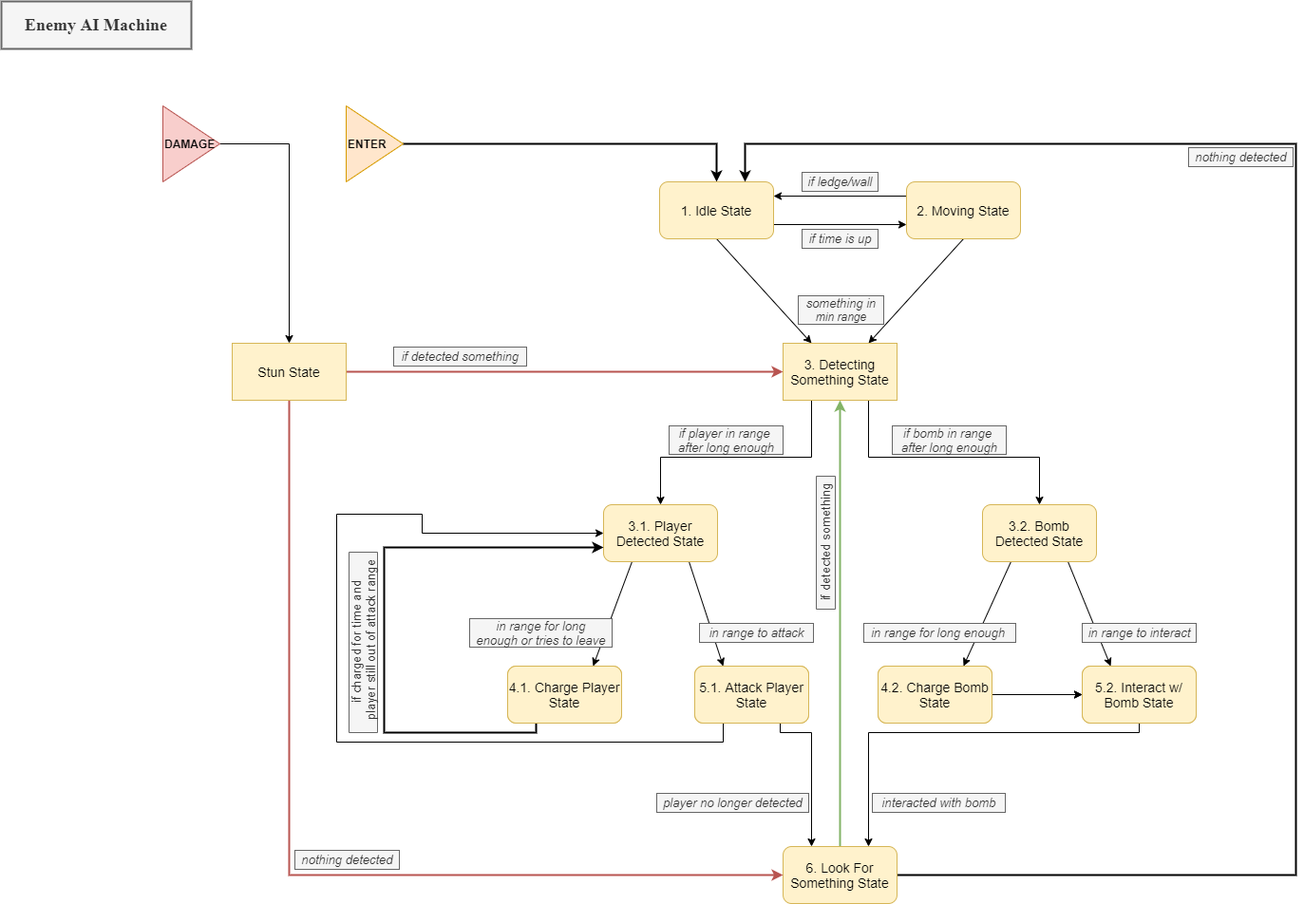
Earlier version of the draw.io export Enemy_AI_Machine.png (NinjaTheEngineer/PirateBomb). Source tidied: cells renumbered, new cells last; positions are measured from the earlier drawing's top-left corner, leaving out a move shared by most shapes.
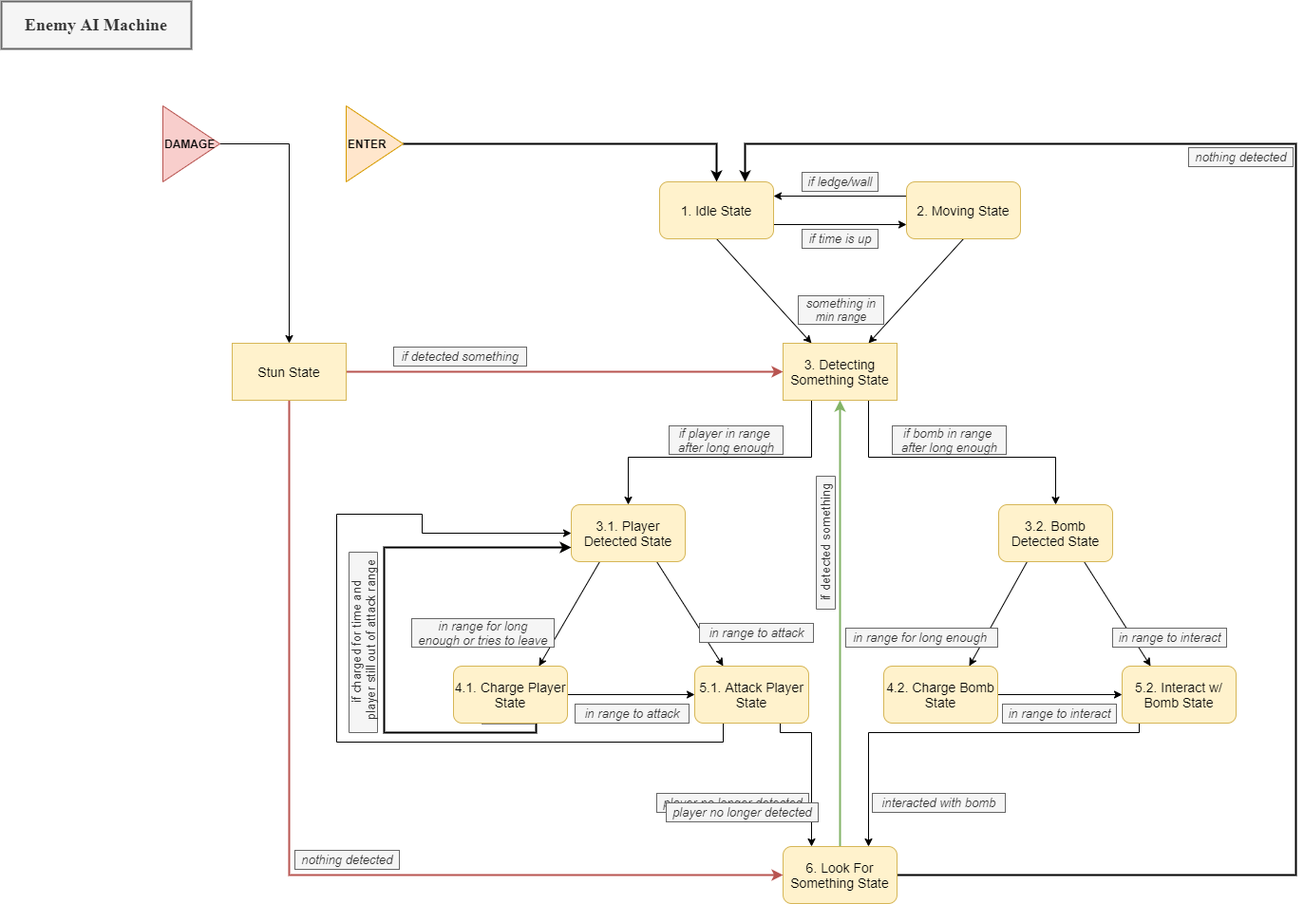
The same file after the commit.

Diff of the diagram source:
```diff
@@ -34,7 +34,7 @@
       <mxGeometry relative="1" as="geometry">
         <Array as="points">
           <mxPoint x="853" y="480" />
-          <mxPoint x="694" y="480" />
+          <mxPoint x="660" y="480" />
         </Array>
       </mxGeometry>
     </mxCell>
@@ -42,7 +42,7 @@
       <mxGeometry relative="1" as="geometry">
         <Array as="points">
           <mxPoint x="913" y="480" />
-          <mxPoint x="1093" y="480" />
+          <mxPoint x="1110" y="480" />
         </Array>
       </mxGeometry>
     </mxCell>
@@ -56,7 +56,7 @@
       <mxGeometry relative="1" as="geometry" />
     </mxCell>
     <mxCell id="15" value="&lt;font style=&quot;font-size: 14px&quot;&gt;3.1. Player Detected State&lt;/font&gt;" style="rounded=1;whiteSpace=wrap;html=1;fillColor=#fff2cc;strokeColor=#d6b656;" parent="1" vertex="1">
-      <mxGeometry x="634" y="530" width="120" height="60" as="geometry" />
+      <mxGeometry x="600" y="530" width="120" height="60" as="geometry" />
     </mxCell>
     <mxCell id="16" style="rounded=0;jumpStyle=arc;jettySize=auto;html=1;exitX=0.25;exitY=1;exitDx=0;exitDy=0;entryX=0.75;entryY=0;entryDx=0;entryDy=0;fontSize=12;strokeWidth=1;" parent="1" edge="1" source="18" target="25">
       <mxGeometry relative="1" as="geometry" />
@@ -65,7 +65,7 @@
       <mxGeometry relative="1" as="geometry" />
     </mxCell>
     <mxCell id="18" value="&lt;font style=&quot;font-size: 14px&quot;&gt;3.2. Bomb Detected State&lt;/font&gt;" style="rounded=1;whiteSpace=wrap;html=1;fillColor=#fff2cc;strokeColor=#d6b656;" parent="1" vertex="1">
-      <mxGeometry x="1033" y="530" width="120" height="60" as="geometry" />
+      <mxGeometry x="1050" y="530" width="120" height="60" as="geometry" />
     </mxCell>
     <mxCell id="19" style="edgeStyle=orthogonalEdgeStyle;rounded=0;jumpStyle=arc;jettySize=auto;html=1;exitX=0.25;exitY=1;exitDx=0;exitDy=0;entryX=0;entryY=0.75;entryDx=0;entryDy=0;fontSize=12;strokeWidth=2;" parent="1" edge="1" source="20" target="15">
       <mxGeometry relative="1" as="geometry">
@@ -76,8 +76,11 @@
         </Array>
       </mxGeometry>
     </mxCell>
+    <mxCell id="60" style="edgeStyle=orthogonalEdgeStyle;rounded=0;jettySize=auto;html=1;entryX=0;entryY=0.5;entryDx=0;entryDy=0;" parent="1" edge="1" source="20" target="23">
+      <mxGeometry relative="1" as="geometry" />
+    </mxCell>
     <mxCell id="20" value="&lt;font style=&quot;font-size: 14px&quot;&gt;4.1. Charge Player State&lt;/font&gt;" style="rounded=1;whiteSpace=wrap;html=1;fillColor=#fff2cc;strokeColor=#d6b656;" parent="1" vertex="1">
-      <mxGeometry x="533" y="700" width="120" height="60" as="geometry" />
+      <mxGeometry x="476" y="700" width="120" height="60" as="geometry" />
     </mxCell>
     <mxCell id="21" style="edgeStyle=orthogonalEdgeStyle;rounded=0;jumpStyle=arc;jettySize=auto;html=1;exitX=0.25;exitY=1;exitDx=0;exitDy=0;entryX=0;entryY=0.5;entryDx=0;entryDy=0;fontSize=12;strokeWidth=1;" parent="1" edge="1" source="23" target="15">
       <mxGeometry relative="1" as="geometry">
@@ -101,11 +104,11 @@
     <mxCell id="23" value="&lt;font style=&quot;font-size: 14px&quot;&gt;5.1. Attack Player State&lt;/font&gt;" style="rounded=1;whiteSpace=wrap;html=1;fillColor=#fff2cc;strokeColor=#d6b656;" parent="1" vertex="1">
       <mxGeometry x="730" y="700" width="120" height="60" as="geometry" />
     </mxCell>
-    <mxCell id="24" style="edgeStyle=orthogonalEdgeStyle;rounded=0;jumpStyle=arc;jettySize=auto;html=1;exitX=1;exitY=0.5;exitDx=0;exitDy=0;entryX=0;entryY=0.5;entryDx=0;entryDy=0;fontSize=12;strokeWidth=1;" parent="1" edge="1" source="25" target="27">
+    <mxCell id="24" style="edgeStyle=orthogonalEdgeStyle;rounded=0;jettySize=auto;html=1;exitX=1;exitY=0.5;exitDx=0;exitDy=0;entryX=0;entryY=0.5;entryDx=0;entryDy=0;" parent="1" edge="1" source="25" target="27">
       <mxGeometry relative="1" as="geometry" />
     </mxCell>
     <mxCell id="25" value="&lt;span style=&quot;font-size: 14px&quot;&gt;4.2. Charge Bomb State&lt;/span&gt;" style="rounded=1;whiteSpace=wrap;html=1;fillColor=#fff2cc;strokeColor=#d6b656;" parent="1" vertex="1">
-      <mxGeometry x="923" y="700" width="120" height="60" as="geometry" />
+      <mxGeometry x="929" y="700" width="120" height="60" as="geometry" />
     </mxCell>
     <mxCell id="26" style="edgeStyle=orthogonalEdgeStyle;rounded=0;jumpStyle=arc;jettySize=auto;html=1;exitX=0.5;exitY=1;exitDx=0;exitDy=0;fontSize=12;strokeWidth=1;entryX=0.75;entryY=0;entryDx=0;entryDy=0;" parent="1" edge="1" source="27" target="30">
       <mxGeometry relative="1" as="geometry">
@@ -116,7 +119,7 @@
       </mxGeometry>
     </mxCell>
     <mxCell id="27" value="&lt;font style=&quot;font-size: 14px&quot;&gt;5.2. Interact w/ Bomb State&lt;/font&gt;" style="rounded=1;whiteSpace=wrap;html=1;fillColor=#fff2cc;strokeColor=#d6b656;" parent="1" vertex="1">
-      <mxGeometry x="1138" y="700" width="120" height="60" as="geometry" />
+      <mxGeometry x="1180" y="700" width="120" height="60" as="geometry" />
     </mxCell>
     <mxCell id="28" style="edgeStyle=orthogonalEdgeStyle;rounded=0;jumpStyle=arc;jettySize=auto;html=1;entryX=0.75;entryY=0;entryDx=0;entryDy=0;fontSize=12;strokeWidth=2;exitX=1;exitY=0.5;exitDx=0;exitDy=0;" parent="1" edge="1" source="30" target="6">
       <mxGeometry relative="1" as="geometry">
@@ -164,16 +167,16 @@
       <mxGeometry x="938" y="447" width="120" height="30" as="geometry" />
     </mxCell>
     <mxCell id="41" value="&lt;font style=&quot;font-size: 13px&quot;&gt;in range for long&lt;br&gt;enough or tries to leave&lt;/font&gt;" style="text;html=1;align=center;verticalAlign=middle;strokeColor=#666666;fontStyle=2;fillColor=#f5f5f5;fontColor=#333333;" parent="1" vertex="1">
-      <mxGeometry x="493" y="650" width="150" height="30" as="geometry" />
+      <mxGeometry x="432" y="650" width="150" height="30" as="geometry" />
     </mxCell>
     <mxCell id="42" value="&lt;font style=&quot;font-size: 13px&quot;&gt;in range to attack&lt;/font&gt;" style="text;html=1;align=center;verticalAlign=middle;strokeColor=#666666;fontStyle=2;fillColor=#f5f5f5;fontColor=#333333;" parent="1" vertex="1">
       <mxGeometry x="735" y="655" width="120" height="20" as="geometry" />
     </mxCell>
     <mxCell id="43" value="&lt;font style=&quot;font-size: 13px&quot;&gt;in range for long enough&amp;nbsp;&lt;/font&gt;" style="text;html=1;align=center;verticalAlign=middle;strokeColor=#666666;fontStyle=2;fillColor=#f5f5f5;fontColor=#333333;" parent="1" vertex="1">
-      <mxGeometry x="908" y="655" width="160" height="20" as="geometry" />
+      <mxGeometry x="889" y="660" width="160" height="20" as="geometry" />
     </mxCell>
     <mxCell id="44" value="&lt;font style=&quot;font-size: 13px&quot;&gt;in range to interact&lt;/font&gt;" style="text;html=1;align=center;verticalAlign=middle;strokeColor=#666666;fontStyle=2;fillColor=#f5f5f5;fontColor=#333333;" parent="1" vertex="1">
-      <mxGeometry x="1138" y="655" width="120" height="20" as="geometry" />
+      <mxGeometry x="1170" y="660" width="120" height="20" as="geometry" />
     </mxCell>
     <mxCell id="45" value="&lt;font style=&quot;font-size: 13px&quot;&gt;player no longer detected&lt;/font&gt;" style="text;html=1;align=center;verticalAlign=middle;strokeColor=#666666;fontStyle=2;fillColor=#f5f5f5;fontColor=#333333;" parent="1" vertex="1">
       <mxGeometry x="690" y="834" width="160" height="20" as="geometry" />
@@ -196,21 +199,6 @@
     <mxCell id="51" value="&lt;span style=&quot;font-size: 13px&quot;&gt;if detected something&lt;br style=&quot;font-size: 13px;&quot;&gt;&lt;/span&gt;" style="text;html=1;align=center;verticalAlign=middle;strokeColor=#666666;fontStyle=0;fillColor=#f5f5f5;fontColor=#333333;rotation=-90;fontSize=13;" parent="1" vertex="1">
       <mxGeometry x="798" y="560" width="140" height="20" as="geometry" />
     </mxCell>
-    <mxCell id="52" value="&lt;font style=&quot;font-size: 14px&quot;&gt;4.1. Charge Player State&lt;/font&gt;" style="rounded=1;whiteSpace=wrap;html=1;fillColor=#fff2cc;strokeColor=#d6b656;" parent="1" vertex="1">
-      <mxGeometry x="533" y="700" width="120" height="60" as="geometry" />
-    </mxCell>
-    <mxCell id="53" value="&lt;font style=&quot;font-size: 14px&quot;&gt;5.1. Attack Player State&lt;/font&gt;" style="rounded=1;whiteSpace=wrap;html=1;fillColor=#fff2cc;strokeColor=#d6b656;" parent="1" vertex="1">
-      <mxGeometry x="730" y="700" width="120" height="60" as="geometry" />
-    </mxCell>
-    <mxCell id="54" style="edgeStyle=orthogonalEdgeStyle;rounded=0;jumpStyle=arc;jettySize=auto;html=1;exitX=1;exitY=0.5;exitDx=0;exitDy=0;entryX=0;entryY=0.5;entryDx=0;entryDy=0;fontSize=12;strokeWidth=1;" parent="1" edge="1" source="55" target="56">
-      <mxGeometry relative="1" as="geometry" />
-    </mxCell>
-    <mxCell id="55" value="&lt;span style=&quot;font-size: 14px&quot;&gt;4.2. Charge Bomb State&lt;/span&gt;" style="rounded=1;whiteSpace=wrap;html=1;fillColor=#fff2cc;strokeColor=#d6b656;" parent="1" vertex="1">
-      <mxGeometry x="923" y="700" width="120" height="60" as="geometry" />
-    </mxCell>
-    <mxCell id="56" value="&lt;font style=&quot;font-size: 14px&quot;&gt;5.2. Interact w/ Bomb State&lt;/font&gt;" style="rounded=1;whiteSpace=wrap;html=1;fillColor=#fff2cc;strokeColor=#d6b656;" parent="1" vertex="1">
-      <mxGeometry x="1138" y="700" width="120" height="60" as="geometry" />
-    </mxCell>
     <mxCell id="57" value="&lt;font style=&quot;font-size: 13px&quot;&gt;player no longer detected&lt;/font&gt;" style="text;html=1;align=center;verticalAlign=middle;strokeColor=#666666;fontStyle=2;fillColor=#f5f5f5;fontColor=#333333;" parent="1" vertex="1">
       <mxGeometry x="690" y="834" width="160" height="20" as="geometry" />
     </mxCell>
@@ -220,5 +208,14 @@
     <mxCell id="59" value="&lt;font style=&quot;font-size: 18px&quot;&gt;Enemy AI Machine&lt;/font&gt;" style="text;html=1;strokeColor=#666666;align=center;verticalAlign=middle;whiteSpace=wrap;rounded=0;strokeWidth=2;fillColor=#f5f5f5;fontColor=#333333;fontFamily=Times New Roman;fontSize=18;fontStyle=1;" parent="1" vertex="1">
       <mxGeometry width="200" height="50" as="geometry" />
     </mxCell>
+    <mxCell id="61" value="&lt;font style=&quot;font-size: 13px&quot;&gt;player no longer detected&lt;/font&gt;" style="text;html=1;align=center;verticalAlign=middle;strokeColor=#666666;fontStyle=2;fillColor=#f5f5f5;fontColor=#333333;" parent="1" vertex="1">
+      <mxGeometry x="700" y="844" width="160" height="20" as="geometry" />
+    </mxCell>
+    <mxCell id="62" value="&lt;font style=&quot;font-size: 13px&quot;&gt;in range to attack&lt;/font&gt;" style="text;html=1;align=center;verticalAlign=middle;strokeColor=#666666;fontStyle=2;fillColor=#f5f5f5;fontColor=#333333;" parent="1" vertex="1">
+      <mxGeometry x="604" y="740" width="120" height="20" as="geometry" />
+    </mxCell>
+    <mxCell id="63" value="&lt;font style=&quot;font-size: 13px&quot;&gt;in range to interact&lt;/font&gt;" style="text;html=1;align=center;verticalAlign=middle;strokeColor=#666666;fontStyle=2;fillColor=#f5f5f5;fontColor=#333333;" parent="1" vertex="1">
+      <mxGeometry x="1054" y="740" width="120" height="20" as="geometry" />
+    </mxCell>
   </root>
 </mxGraphModel>
```
